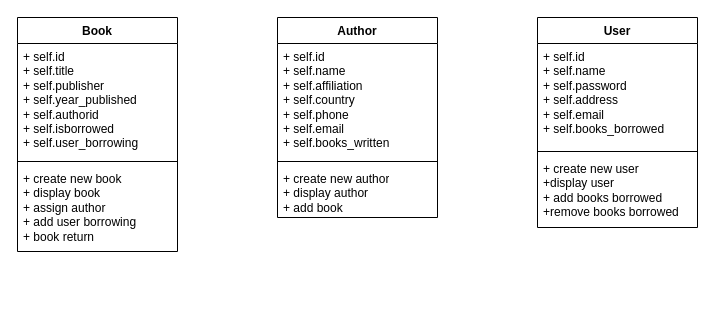
This is Jack Claunch lab3 diagram.drawio from jackclaunch/pycharmjbu, a draw.io file, before an edit. Source tidied: cells renumbered, new cells numbered last; positions are measured from the earlier drawing's top-left corner, leaving out a move shared by most shapes. Both pictures are drawn from the tidied source at 100%, with x=0, y=0 at pixel (17, 17).
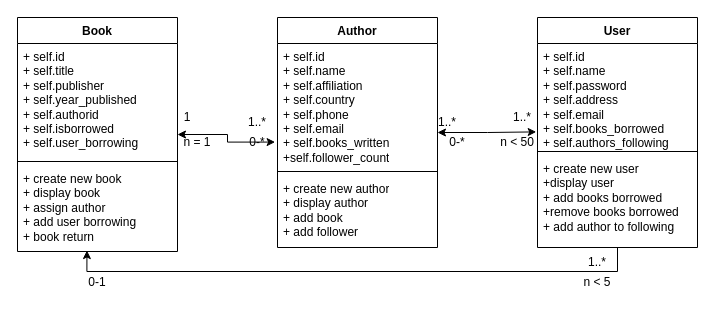
The same page after the edit.

The change refers to these unchanged cells:
```xml
<mxCell id="2" value="Book" style="swimlane;fontStyle=1;align=center;verticalAlign=top;horizontal=1;startSize=26;whiteSpace=wrap;html=1;" parent="1" vertex="1">
  <mxGeometry width="160" height="234" as="geometry" />
</mxCell>
<mxCell id="5" value="+ create new book&lt;div&gt;+ display book&lt;/div&gt;&lt;div&gt;+ assign author&lt;/div&gt;&lt;div&gt;+ add user borrowing&lt;/div&gt;&lt;div&gt;+ book return&lt;/div&gt;" style="text;strokeColor=none;fillColor=none;align=left;verticalAlign=top;spacingLeft=4;spacingRight=4;overflow=hidden;points=[[0,0.5],[1,0.5]];portConstraint=eastwest;whiteSpace=wrap;html=1;" parent="2" vertex="1">
  <mxGeometry y="148" width="160" height="86" as="geometry" />
</mxCell>
```

The edit, as a diff of the source:
```diff
@@
     <mxCell id="6" value="Author" style="swimlane;fontStyle=1;align=center;verticalAlign=top;horizontal=1;startSize=26;whiteSpace=wrap;html=1;" parent="1" vertex="1">
-      <mxGeometry x="260" width="160" height="200" as="geometry" />
+      <mxGeometry x="260" width="160" height="230" as="geometry" />
     </mxCell>
-    <mxCell id="7" value="+ self.id&lt;div&gt;+ self.name&lt;/div&gt;&lt;div&gt;+ self.affiliation&lt;br&gt;+ self.country&lt;/div&gt;&lt;div&gt;+ self.phone&lt;/div&gt;&lt;div&gt;+ self.email&lt;/div&gt;&lt;div&gt;+ self.books_written&lt;/div&gt;" style="text;strokeColor=none;fillColor=none;align=left;verticalAlign=top;spacingLeft=4;spacingRight=4;overflow=hidden;points=[[0,0.5],[1,0.5]];portConstraint=eastwest;whiteSpace=wrap;html=1;" parent="6" vertex="1">
-      <mxGeometry y="26" width="160" height="114" as="geometry" />
+    <mxCell id="7" value="+ self.id&lt;div&gt;+ self.name&lt;/div&gt;&lt;div&gt;+ self.affiliation&lt;br&gt;+ self.country&lt;/div&gt;&lt;div&gt;+ self.phone&lt;/div&gt;&lt;div&gt;+ self.email&lt;/div&gt;&lt;div&gt;+ self.books_written&lt;/div&gt;&lt;div&gt;+self.follower_count&lt;/div&gt;" style="text;strokeColor=none;fillColor=none;align=left;verticalAlign=top;spacingLeft=4;spacingRight=4;overflow=hidden;points=[[0,0.5],[1,0.5]];portConstraint=eastwest;whiteSpace=wrap;html=1;" parent="6" vertex="1">
+      <mxGeometry y="26" width="160" height="124" as="geometry" />
     </mxCell>
     <mxCell id="8" style="line;strokeWidth=1;fillColor=none;align=left;verticalAlign=middle;spacingTop=-1;spacingLeft=3;spacingRight=3;labelPosition=right;strokeColor=inherit;" parent="6" vertex="1">
-      <mxGeometry y="140" width="160" height="8" as="geometry" />
+      <mxGeometry y="150" width="160" height="8" as="geometry" />
     </mxCell>
-    <mxCell id="9" value="+ create new author&lt;div&gt;+ display author&lt;/div&gt;&lt;div&gt;+ add book&lt;/div&gt;" style="text;strokeColor=none;fillColor=none;align=left;verticalAlign=top;spacingLeft=4;spacingRight=4;overflow=hidden;whiteSpace=wrap;html=1;" parent="6" vertex="1">
-      <mxGeometry y="148" width="160" height="52" as="geometry" />
+    <mxCell id="9" value="+ create new author&lt;div&gt;+ display author&lt;/div&gt;&lt;div&gt;+ add book&lt;/div&gt;&lt;div&gt;+ add follower&lt;/div&gt;" style="text;strokeColor=none;fillColor=none;align=left;verticalAlign=top;spacingLeft=4;spacingRight=4;overflow=hidden;whiteSpace=wrap;html=1;" parent="6" vertex="1">
+      <mxGeometry y="158" width="160" height="72" as="geometry" />
     </mxCell>
     <mxCell id="10" value="User" style="swimlane;fontStyle=1;align=center;verticalAlign=top;horizontal=1;startSize=26;whiteSpace=wrap;html=1;" parent="1" vertex="1">
-      <mxGeometry x="520" width="160" height="210" as="geometry" />
+      <mxGeometry x="520" width="160" height="230" as="geometry" />
     </mxCell>
-    <mxCell id="11" value="+ self.id&lt;div&gt;+ self.name&lt;/div&gt;&lt;div&gt;+ self.password&lt;/div&gt;&lt;div&gt;+ self.address&lt;/div&gt;&lt;div&gt;+ self.email&lt;/div&gt;&lt;div&gt;+ self.books_borrowed&lt;/div&gt;" style="text;strokeColor=none;fillColor=none;align=left;verticalAlign=top;spacingLeft=4;spacingRight=4;overflow=hidden;points=[[0,0.5],[1,0.5]];portConstraint=eastwest;whiteSpace=wrap;html=1;" parent="10" vertex="1">
+    <mxCell id="11" value="+ self.id&lt;div&gt;+ self.name&lt;/div&gt;&lt;div&gt;+ self.password&lt;/div&gt;&lt;div&gt;+ self.address&lt;/div&gt;&lt;div&gt;+ self.email&lt;/div&gt;&lt;div&gt;+ self.books_borrowed&lt;/div&gt;&lt;div&gt;+ self.authors_following&lt;/div&gt;" style="text;strokeColor=none;fillColor=none;align=left;verticalAlign=top;spacingLeft=4;spacingRight=4;overflow=hidden;points=[[0,0.5],[1,0.5]];portConstraint=eastwest;whiteSpace=wrap;html=1;" parent="10" vertex="1">
       <mxGeometry y="26" width="160" height="104" as="geometry" />
     </mxCell>
@@
-    <mxCell id="13" value="+ create new user&lt;div&gt;+display user&lt;/div&gt;&lt;div&gt;+ add books borrowed&lt;/div&gt;&lt;div&gt;+remove books borrowed&lt;/div&gt;" style="text;strokeColor=none;fillColor=none;align=left;verticalAlign=top;spacingLeft=4;spacingRight=4;overflow=hidden;whiteSpace=wrap;html=1;" parent="10" vertex="1">
-      <mxGeometry y="138" width="160" height="72" as="geometry" />
+    <mxCell id="13" value="+ create new user&lt;div&gt;+display user&lt;/div&gt;&lt;div&gt;+ add books borrowed&lt;/div&gt;&lt;div&gt;+remove books borrowed&lt;/div&gt;&lt;div&gt;+ add author to following&lt;/div&gt;" style="text;strokeColor=none;fillColor=none;align=left;verticalAlign=top;spacingLeft=4;spacingRight=4;overflow=hidden;whiteSpace=wrap;html=1;" parent="10" vertex="1">
+      <mxGeometry y="138" width="160" height="92" as="geometry" />
     </mxCell>
+    <mxCell id="14" style="edgeStyle=orthogonalEdgeStyle;rounded=0;jettySize=auto;html=1;exitX=1;exitY=0.5;exitDx=0;exitDy=0;entryX=-0.015;entryY=0.795;entryDx=0;entryDy=0;entryPerimeter=0;endArrow=classic;endFill=1;startArrow=classic;startFill=1;" parent="1" edge="1" source="2" target="7">
+      <mxGeometry relative="1" as="geometry" />
+    </mxCell>
+    <mxCell id="15" value="1" style="text;html=1;whiteSpace=wrap;strokeColor=none;fillColor=none;align=center;verticalAlign=middle;rounded=0;" parent="1" vertex="1">
+      <mxGeometry x="140" y="85" width="60" height="30" as="geometry" />
+    </mxCell>
+    <mxCell id="16" value="1..*" style="text;html=1;whiteSpace=wrap;strokeColor=none;fillColor=none;align=center;verticalAlign=middle;rounded=0;" parent="1" vertex="1">
+      <mxGeometry x="210" y="90" width="60" height="30" as="geometry" />
+    </mxCell>
+    <mxCell id="17" value="0-*" style="text;html=1;whiteSpace=wrap;strokeColor=none;fillColor=none;align=center;verticalAlign=middle;rounded=0;" parent="1" vertex="1">
+      <mxGeometry x="210" y="110" width="60" height="30" as="geometry" />
+    </mxCell>
+    <mxCell id="18" value="n = 1" style="text;html=1;whiteSpace=wrap;strokeColor=none;fillColor=none;align=center;verticalAlign=middle;rounded=0;" parent="1" vertex="1">
+      <mxGeometry x="150" y="110" width="60" height="30" as="geometry" />
+    </mxCell>
+    <mxCell id="19" style="edgeStyle=orthogonalEdgeStyle;rounded=0;jettySize=auto;html=1;exitX=0.5;exitY=1;exitDx=0;exitDy=0;entryX=0.434;entryY=0.989;entryDx=0;entryDy=0;entryPerimeter=0;" parent="1" edge="1" source="10" target="5">
+      <mxGeometry relative="1" as="geometry" />
+    </mxCell>
+    <mxCell id="20" value="1..*" style="text;html=1;whiteSpace=wrap;strokeColor=none;fillColor=none;align=center;verticalAlign=middle;rounded=0;" parent="1" vertex="1">
+      <mxGeometry x="550" y="230" width="60" height="30" as="geometry" />
+    </mxCell>
+    <mxCell id="21" value="n &amp;lt; 5" style="text;html=1;whiteSpace=wrap;strokeColor=none;fillColor=none;align=center;verticalAlign=middle;rounded=0;" parent="1" vertex="1">
+      <mxGeometry x="550" y="250" width="60" height="30" as="geometry" />
+    </mxCell>
+    <mxCell id="22" value="0-1" style="text;html=1;whiteSpace=wrap;strokeColor=none;fillColor=none;align=center;verticalAlign=middle;rounded=0;" parent="1" vertex="1">
+      <mxGeometry x="50" y="250" width="60" height="30" as="geometry" />
+    </mxCell>
+    <mxCell id="23" style="edgeStyle=orthogonalEdgeStyle;rounded=0;jettySize=auto;html=1;exitX=1;exitY=0.5;exitDx=0;exitDy=0;entryX=-0.008;entryY=0.85;entryDx=0;entryDy=0;entryPerimeter=0;startArrow=classic;startFill=1;" parent="1" edge="1" source="6" target="11">
+      <mxGeometry x="0.01" relative="1" as="geometry" />
+    </mxCell>
+    <mxCell id="24" value="1..*" style="text;html=1;whiteSpace=wrap;strokeColor=none;fillColor=none;align=center;verticalAlign=middle;rounded=0;" parent="1" vertex="1">
+      <mxGeometry x="400" y="90" width="60" height="30" as="geometry" />
+    </mxCell>
+    <mxCell id="25" value="0-*" style="text;html=1;whiteSpace=wrap;strokeColor=none;fillColor=none;align=center;verticalAlign=middle;rounded=0;" parent="1" vertex="1">
+      <mxGeometry x="410" y="110" width="60" height="30" as="geometry" />
+    </mxCell>
+    <mxCell id="26" value="1..*" style="text;html=1;whiteSpace=wrap;strokeColor=none;fillColor=none;align=center;verticalAlign=middle;rounded=0;" parent="1" vertex="1">
+      <mxGeometry x="490" y="90" width="30" height="20" as="geometry" />
+    </mxCell>
+    <mxCell id="27" value="n &amp;lt; 50" style="text;html=1;whiteSpace=wrap;strokeColor=none;fillColor=none;align=center;verticalAlign=middle;rounded=0;" parent="1" vertex="1">
+      <mxGeometry x="470" y="110" width="60" height="30" as="geometry" />
+    </mxCell>
```
